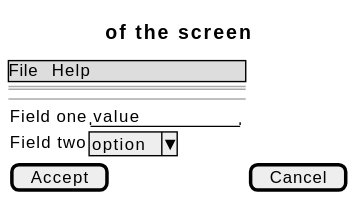
Earlier version of the PlantUML export docs/01-requirements/use-cases/arrangeLayout/wireframes.svg (didactika/kampus). The source it was exported from:
```plantuml
@startsalt
{
  {* File | Help }
  ==
  Title of the screen
  --
  {
    Field one | "value        "
    Field two | ^option^
  }
  [ Accept ] | [ Cancel ]
}
@endsalt
```
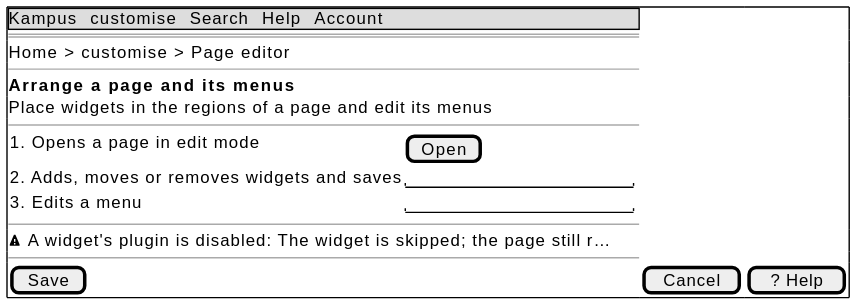
After the change.

Diff of the diagram source:
```diff
@@ -1,13 +1,20 @@
 @startsalt
-{
-  {* File | Help }
+{+
+  {* Kampus | customise | Search | Help | Account }
   ==
-  Title of the screen
+  Home > customise > Page editor
+  --
+  <b>Arrange a page and its menus
+  Place widgets in the regions of a page and edit its menus
   --
   {
-    Field one | "value        "
-    Field two | ^option^
+    1. Opens a page in edit mode | [ Open ]
+    2. Adds, moves or removes widgets and saves | "                    "
+    3. Edits a menu | "                    "
   }
-  [ Accept ] | [ Cancel ]
+  --
+  <&warning> A widget's plugin is disabled: The widget is skipped; the page still r…
+  --
+  [ Save ] | [ Cancel ] | [ ? Help ]
 }
 @endsalt
```
